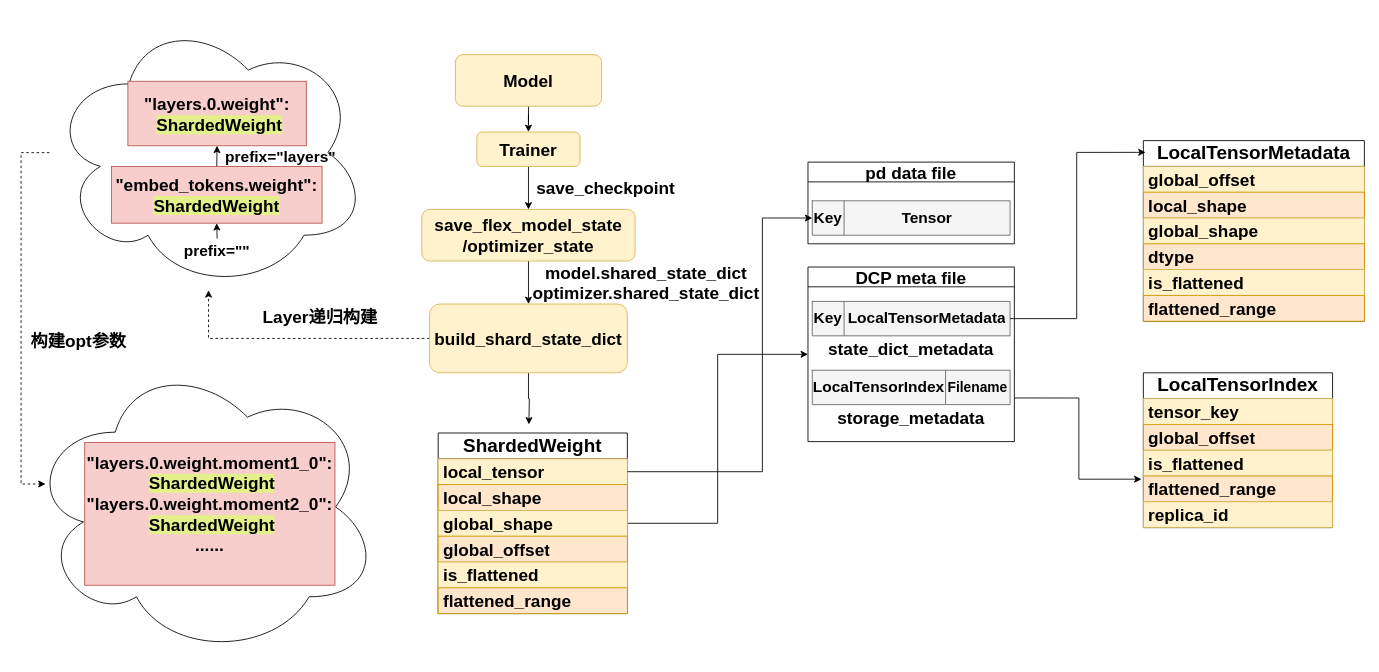
Above: drawio_images/DCP架构图.drawio in zty-king/zty-king (draw.io), before the change. Source tidied: cells renumbered, new cells numbered last; positions are measured from the earlier drawing's top-left corner, leaving out a move shared by most shapes. Both pictures are drawn from the tidied source at 86%, with x=0, y=0 at pixel (18, 15).
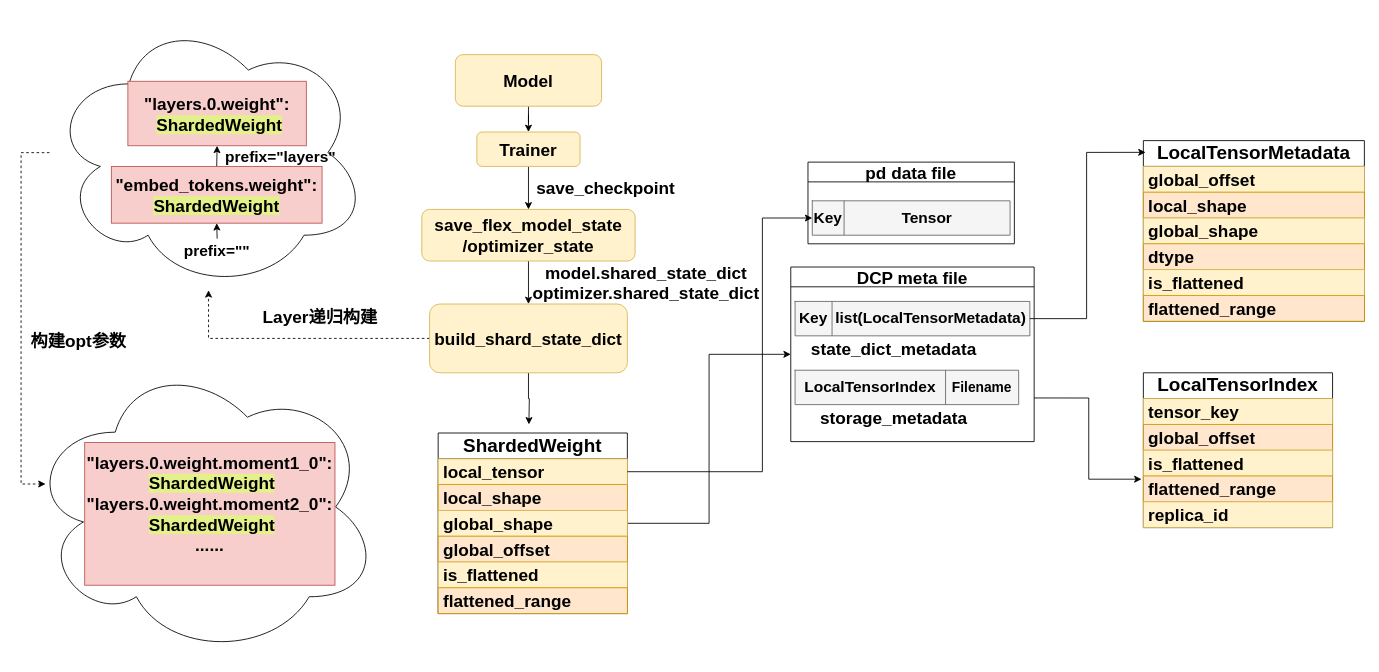
The same diagram, later.

Commit message:
更新DCP架构图.drawio

What changed in the source:
```diff
@@
     <mxCell id="13" value="&lt;font style=&quot;font-size: 20px;&quot;&gt;DCP meta file&lt;/font&gt;" style="swimlane;whiteSpace=wrap;html=1;" parent="1" vertex="1">
-      <mxGeometry x="918" y="293" width="240" height="203" as="geometry" />
+      <mxGeometry x="898" y="293" width="283" height="203" as="geometry" />
     </mxCell>
@@
     <mxCell id="16" style="shape=table;startSize=0;childLayout=tableLayout;fontSize=16;fillColor=#f5f5f5;fontColor=#333333;strokeColor=#666666;" parent="13" vertex="1">
-      <mxGeometry x="5" y="40" width="230" height="40" as="geometry" />
+      <mxGeometry x="5" y="40" width="273" height="40" as="geometry" />
     </mxCell>
     <mxCell id="17" style="shape=tableRow;horizontal=0;startSize=0;swimlaneHead=0;swimlaneBody=0;strokeColor=inherit;top=0;left=0;bottom=0;right=0;fillColor=none;points=[[0,0.5],[1,0.5]];portConstraint=eastwest;fontSize=16;" parent="16" vertex="1">
-      <mxGeometry width="230" height="40" as="geometry" />
+      <mxGeometry width="273" height="40" as="geometry" />
     </mxCell>
     <mxCell id="18" value="&lt;font style=&quot;font-size: 18px;&quot;&gt;&lt;b&gt;Key&lt;/b&gt;&lt;/font&gt;" style="shape=partialRectangle;html=1;whiteSpace=wrap;strokeColor=inherit;overflow=hidden;fillColor=none;top=0;left=0;bottom=0;right=0;fontSize=16;" parent="17" vertex="1">
-      <mxGeometry width="37" height="40" as="geometry" />
+      <mxGeometry width="43" height="40" as="geometry" />
     </mxCell>
-    <mxCell id="19" value="&lt;font style=&quot;font-size: 18px;&quot;&gt;&lt;b&gt;LocalTensorMetadata&lt;/b&gt;&lt;/font&gt;" style="shape=partialRectangle;html=1;whiteSpace=wrap;strokeColor=inherit;overflow=hidden;fillColor=none;top=0;left=0;bottom=0;right=0;fontSize=16;" parent="17" vertex="1">
-      <mxGeometry x="37" width="193" height="40" as="geometry" />
+    <mxCell id="19" value="&lt;font style=&quot;font-size: 18px;&quot;&gt;&lt;b&gt;list(LocalTensorMetadata)&lt;/b&gt;&lt;/font&gt;" style="shape=partialRectangle;html=1;whiteSpace=wrap;strokeColor=inherit;overflow=hidden;fillColor=none;top=0;left=0;bottom=0;right=0;fontSize=16;" parent="17" vertex="1">
+      <mxGeometry x="43" width="230" height="40" as="geometry" />
     </mxCell>
     <mxCell id="20" style="shape=table;startSize=0;childLayout=tableLayout;fontSize=16;fillColor=#f5f5f5;fontColor=#333333;strokeColor=#666666;" parent="13" vertex="1">
-      <mxGeometry x="5" y="120" width="230" height="40" as="geometry" />
+      <mxGeometry x="5" y="120" width="260" height="40" as="geometry" />
     </mxCell>
     <mxCell id="21" style="shape=tableRow;horizontal=0;startSize=0;swimlaneHead=0;swimlaneBody=0;strokeColor=inherit;top=0;left=0;bottom=0;right=0;fillColor=none;fontSize=16;" parent="20" vertex="1">
-      <mxGeometry width="230" height="40" as="geometry" />
+      <mxGeometry width="260" height="40" as="geometry" />
     </mxCell>
     <mxCell id="22" value="&lt;b style=&quot;font-size: 18px;&quot;&gt;LocalTensorIndex&lt;/b&gt;" style="shape=partialRectangle;html=1;whiteSpace=wrap;strokeColor=inherit;overflow=hidden;fillColor=none;top=0;left=0;bottom=0;right=0;fontSize=16;" parent="21" vertex="1">
-      <mxGeometry width="155" height="40" as="geometry" />
+      <mxGeometry width="175" height="40" as="geometry" />
     </mxCell>
     <mxCell id="23" value="&lt;b&gt;Filename&lt;/b&gt;" style="shape=partialRectangle;html=1;whiteSpace=wrap;strokeColor=inherit;overflow=hidden;fillColor=none;top=0;left=0;bottom=0;right=0;fontSize=16;" parent="21" vertex="1">
-      <mxGeometry x="155" width="75" height="40" as="geometry" />
+      <mxGeometry x="175" width="85" height="40" as="geometry" />
     </mxCell>
```
